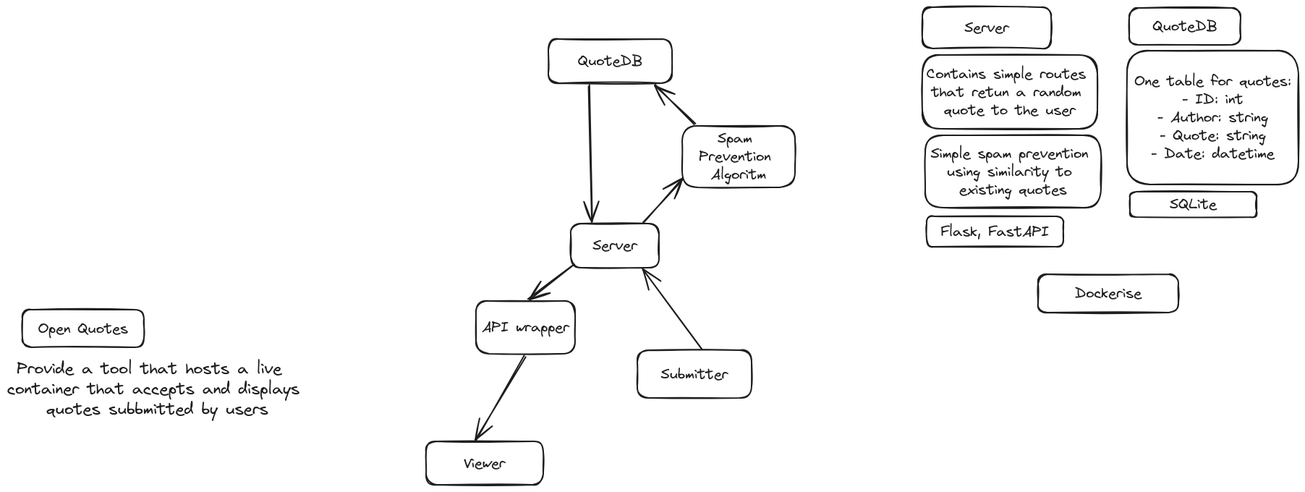
Above: overview.excalidraw.png in Helios-fr/OpenQuotes (Excalidraw), before the change. Source tidied: one line per element, renumbered; positions are measured from the earlier drawing's top-left corner, leaving out a move shared by most shapes. Its diagram source:
```json
{"id": 0, "type": "rectangle", "strokeColor": "#1e1e1e", "strokeWidth": 2, "roughness": 1, "round": true, "x": 21, "y": 418, "width": 168, "height": 52}
{"id": 1, "type": "text", "text": "Open Quotes", "strokeColor": "#1e1e1e", "strokeWidth": 2, "roughness": 1, "fontSize": 20, "fontFamily": 1, "textAlign": "center", "verticalAlign": "middle", "inside": 0, "x": 43, "y": 432, "width": 124, "height": 25}
{"id": 2, "type": "text", "text": "Provide a tool that hosts a live \ncontainer that accepts and displays\n quotes subbmitted by users", "strokeColor": "#1e1e1e", "strokeWidth": 2, "roughness": 1, "fontSize": 22.46, "fontFamily": 1, "textAlign": "center", "x": 0, "y": 486, "width": 404, "height": 84}
{"id": 3, "type": "rectangle", "strokeColor": "#1e1e1e", "strokeWidth": 2, "roughness": 1, "round": true, "x": 779, "y": 299, "width": 122, "height": 61}
{"id": 4, "type": "text", "text": "Server", "strokeColor": "#1e1e1e", "strokeWidth": 2, "roughness": 1, "fontSize": 20, "fontFamily": 1, "textAlign": "center", "verticalAlign": "middle", "inside": 3, "x": 809, "y": 317, "width": 62, "height": 25}
{"id": 5, "type": "rectangle", "strokeColor": "#1e1e1e", "strokeWidth": 2, "roughness": 1, "round": true, "x": 748, "y": 44, "width": 171, "height": 61}
{"id": 6, "type": "text", "text": "QuoteDB", "strokeColor": "#1e1e1e", "strokeWidth": 2, "roughness": 1, "fontSize": 20, "fontFamily": 1, "textAlign": "center", "verticalAlign": "middle", "inside": 5, "x": 789, "y": 62, "width": 89, "height": 25}
{"id": 7, "type": "arrow", "strokeColor": "#1e1e1e", "strokeWidth": 2, "roughness": 1, "endArrowhead": "arrow", "round": true, "from": 5, "to": 3, "x": 804, "y": 108, "width": 4, "height": 189, "points": [[0, 0], [4, 189]]}
{"id": 8, "type": "rectangle", "strokeColor": "#1e1e1e", "strokeWidth": 2, "roughness": 1, "round": true, "x": 933, "y": 164, "width": 156, "height": 85}
{"id": 9, "type": "text", "text": "Spam \nPrevention \nAlgoritm", "strokeColor": "#1e1e1e", "strokeWidth": 2, "roughness": 1, "fontSize": 20, "fontFamily": 1, "textAlign": "center", "verticalAlign": "middle", "inside": 8, "x": 956, "y": 169, "width": 110, "height": 75}
{"id": 10, "type": "arrow", "strokeColor": "#1e1e1e", "strokeWidth": 2, "roughness": 1, "endArrowhead": "arrow", "round": true, "from": 3, "x": 880, "y": 297, "width": 54, "height": 60, "points": [[0, 0], [54, -60]]}
{"id": 11, "type": "arrow", "strokeColor": "#1e1e1e", "strokeWidth": 2, "roughness": 1, "endArrowhead": "arrow", "round": true, "from": 8, "to": 5, "x": 950, "y": 162, "width": 55, "height": 55, "points": [[0, 0], [-55, -55]]}
{"id": 12, "type": "rectangle", "strokeColor": "#1e1e1e", "strokeWidth": 2, "roughness": 1, "round": true, "x": 579, "y": 600, "width": 162, "height": 60}
{"id": 13, "type": "text", "text": "Viewer", "strokeColor": "#1e1e1e", "strokeWidth": 2, "roughness": 1, "fontSize": 20, "fontFamily": 1, "textAlign": "center", "verticalAlign": "middle", "inside": 12, "x": 631, "y": 618, "width": 57, "height": 25}
{"id": 14, "type": "arrow", "strokeColor": "#1e1e1e", "strokeWidth": 2, "roughness": 1, "endArrowhead": "arrow", "round": true, "to": 12, "x": 715, "y": 482, "width": 68, "height": 117, "points": [[0, 0], [-68, 117]]}
{"id": 15, "type": "rectangle", "strokeColor": "#1e1e1e", "strokeWidth": 2, "roughness": 1, "round": true, "x": 871, "y": 474, "width": 158, "height": 66}
{"id": 16, "type": "text", "text": "Submitter", "strokeColor": "#1e1e1e", "strokeWidth": 2, "roughness": 1, "fontSize": 20, "fontFamily": 1, "textAlign": "center", "verticalAlign": "middle", "inside": 15, "x": 904, "y": 494, "width": 93, "height": 25}
{"id": 17, "type": "arrow", "strokeColor": "#1e1e1e", "strokeWidth": 2, "roughness": 1, "endArrowhead": "arrow", "round": true, "from": 15, "to": 3, "x": 960, "y": 473, "width": 80, "height": 110, "points": [[0, 0], [-80, -110]]}
{"id": 18, "type": "rectangle", "strokeColor": "#1e1e1e", "strokeWidth": 2, "roughness": 1, "round": true, "x": 1265, "y": 0, "width": 178, "height": 57}
{"id": 19, "type": "text", "text": "Server", "strokeColor": "#1e1e1e", "strokeWidth": 2, "roughness": 1, "fontSize": 20, "fontFamily": 1, "textAlign": "center", "verticalAlign": "middle", "inside": 18, "x": 1323, "y": 16, "width": 62, "height": 25}
{"id": 20, "type": "rectangle", "strokeColor": "#1e1e1e", "strokeWidth": 2, "roughness": 1, "round": true, "x": 1265, "y": 66, "width": 242, "height": 102}
{"id": 21, "type": "text", "text": "Contains simple routes \nthat retun a random \nquote to the user", "strokeColor": "#1e1e1e", "strokeWidth": 2, "roughness": 1, "fontSize": 20, "fontFamily": 1, "textAlign": "center", "verticalAlign": "middle", "inside": 20, "x": 1271, "y": 80, "width": 231, "height": 75}
{"id": 22, "type": "rectangle", "strokeColor": "#1e1e1e", "strokeWidth": 2, "roughness": 1, "round": true, "x": 1269, "y": 177, "width": 243, "height": 100}
{"id": 23, "type": "text", "text": "Simple spam prevention \nusing similarity to \nexisting quotes", "strokeColor": "#1e1e1e", "strokeWidth": 2, "roughness": 1, "fontSize": 20, "fontFamily": 1, "textAlign": "center", "verticalAlign": "middle", "inside": 22, "x": 1276, "y": 190, "width": 228, "height": 75}
{"id": 24, "type": "rectangle", "strokeColor": "#1e1e1e", "strokeWidth": 2, "roughness": 1, "round": true, "x": 1551, "y": 1, "width": 154, "height": 51}
{"id": 25, "type": "text", "text": "QuoteDB", "strokeColor": "#1e1e1e", "strokeWidth": 2, "roughness": 1, "fontSize": 20, "fontFamily": 1, "textAlign": "center", "verticalAlign": "middle", "inside": 24, "x": 1584, "y": 14, "width": 89, "height": 25}
{"id": 26, "type": "rectangle", "strokeColor": "#1e1e1e", "strokeWidth": 2, "roughness": 1, "round": true, "x": 1548, "y": 60, "width": 237, "height": 185}
{"id": 27, "type": "text", "text": "One table for quotes:\n- ID: int\n- Author: string\n- Quote: string\n- Date: datetime", "strokeColor": "#1e1e1e", "strokeWidth": 2, "roughness": 1, "fontSize": 20, "fontFamily": 1, "textAlign": "center", "verticalAlign": "middle", "inside": 26, "x": 1558, "y": 90, "width": 216, "height": 125}
{"id": 28, "type": "rectangle", "strokeColor": "#1e1e1e", "strokeWidth": 2, "roughness": 1, "round": true, "x": 648, "y": 406, "width": 137, "height": 73}
{"id": 29, "type": "text", "text": "API wrapper", "strokeColor": "#1e1e1e", "strokeWidth": 2, "roughness": 1, "fontSize": 20, "fontFamily": 1, "textAlign": "center", "verticalAlign": "middle", "inside": 28, "x": 656, "y": 430, "width": 121, "height": 25}
{"id": 30, "type": "arrow", "strokeColor": "#1e1e1e", "strokeWidth": 2, "roughness": 1, "endArrowhead": "arrow", "round": true, "to": 28, "x": 783, "y": 356, "width": 62, "height": 48, "points": [[0, 0], [-62, 48]]}
{"id": 31, "type": "rectangle", "strokeColor": "#1e1e1e", "strokeWidth": 2, "roughness": 1, "round": true, "x": 1271, "y": 289, "width": 189, "height": 42}
{"id": 32, "type": "text", "text": "Flask, FastAPI", "strokeColor": "#1e1e1e", "strokeWidth": 2, "roughness": 1, "fontSize": 20, "fontFamily": 1, "textAlign": "center", "verticalAlign": "middle", "inside": 31, "x": 1290, "y": 298, "width": 150, "height": 25}
{"id": 33, "type": "rectangle", "strokeColor": "#1e1e1e", "strokeWidth": 2, "roughness": 1, "round": true, "x": 1552, "y": 255, "width": 175, "height": 35}
{"id": 34, "type": "text", "text": "SQLite", "strokeColor": "#1e1e1e", "strokeWidth": 2, "roughness": 1, "fontSize": 20, "fontFamily": 1, "textAlign": "center", "verticalAlign": "middle", "inside": 33, "x": 1607, "y": 260, "width": 65, "height": 25}
{"id": 35, "type": "rectangle", "strokeColor": "#1e1e1e", "strokeWidth": 2, "roughness": 1, "round": true, "x": 1425, "y": 369, "width": 194, "height": 53}
{"id": 36, "type": "text", "text": "Dockerise", "strokeColor": "#1e1e1e", "strokeWidth": 2, "roughness": 1, "fontSize": 20, "fontFamily": 1, "textAlign": "center", "verticalAlign": "middle", "inside": 35, "x": 1476, "y": 383, "width": 92, "height": 25}
```
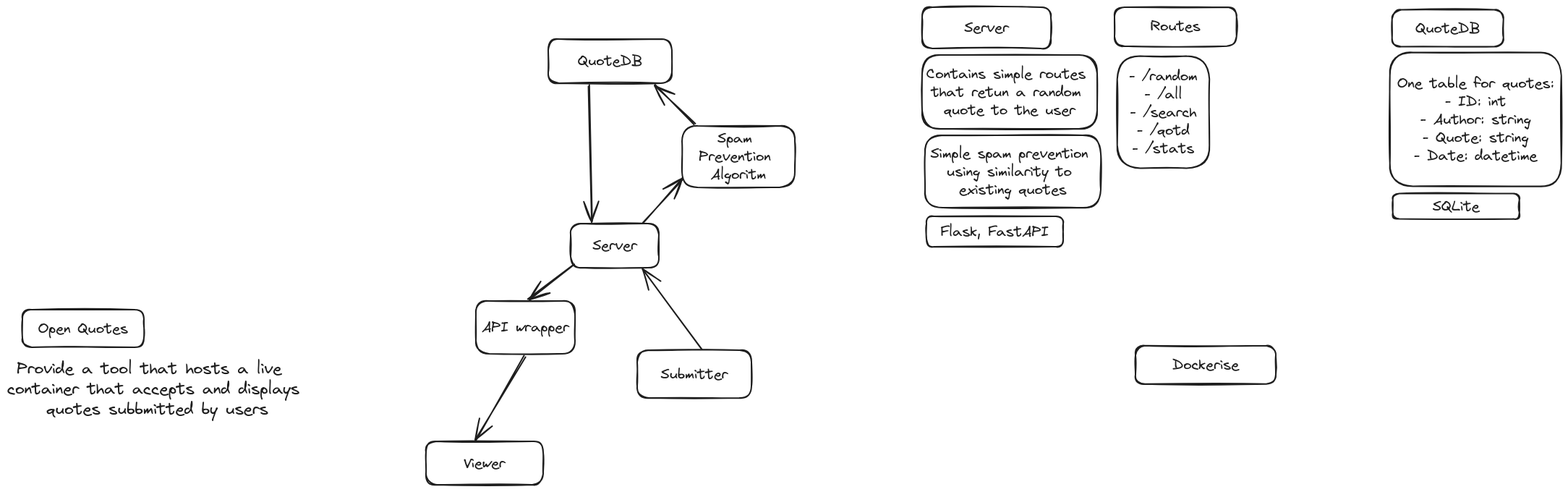
After the change.

What changed in the source:
```diff
@@ -22,16 +22,20 @@
 {"id": 21, "type": "text", "text": "Contains simple routes \nthat retun a random \nquote to the user", "strokeColor": "#1e1e1e", "strokeWidth": 2, "roughness": 1, "fontSize": 20, "fontFamily": 1, "textAlign": "center", "verticalAlign": "middle", "inside": 20, "x": 1271, "y": 80, "width": 231, "height": 75}
 {"id": 22, "type": "rectangle", "strokeColor": "#1e1e1e", "strokeWidth": 2, "roughness": 1, "round": true, "x": 1269, "y": 177, "width": 243, "height": 100}
 {"id": 23, "type": "text", "text": "Simple spam prevention \nusing similarity to \nexisting quotes", "strokeColor": "#1e1e1e", "strokeWidth": 2, "roughness": 1, "fontSize": 20, "fontFamily": 1, "textAlign": "center", "verticalAlign": "middle", "inside": 22, "x": 1276, "y": 190, "width": 228, "height": 75}
-{"id": 24, "type": "rectangle", "strokeColor": "#1e1e1e", "strokeWidth": 2, "roughness": 1, "round": true, "x": 1551, "y": 1, "width": 154, "height": 51}
+{"id": 24, "type": "rectangle", "strokeColor": "#1e1e1e", "strokeWidth": 2, "roughness": 1, "round": true, "x": 1915, "y": 4, "width": 154, "height": 51}
-{"id": 25, "type": "text", "text": "QuoteDB", "strokeColor": "#1e1e1e", "strokeWidth": 2, "roughness": 1, "fontSize": 20, "fontFamily": 1, "textAlign": "center", "verticalAlign": "middle", "inside": 24, "x": 1584, "y": 14, "width": 89, "height": 25}
+{"id": 25, "type": "text", "text": "QuoteDB", "strokeColor": "#1e1e1e", "strokeWidth": 2, "roughness": 1, "fontSize": 20, "fontFamily": 1, "textAlign": "center", "verticalAlign": "middle", "inside": 24, "x": 1947, "y": 16, "width": 89, "height": 25}
-{"id": 26, "type": "rectangle", "strokeColor": "#1e1e1e", "strokeWidth": 2, "roughness": 1, "round": true, "x": 1548, "y": 60, "width": 237, "height": 185}
+{"id": 26, "type": "rectangle", "strokeColor": "#1e1e1e", "strokeWidth": 2, "roughness": 1, "round": true, "x": 1912, "y": 62, "width": 237, "height": 185}
-{"id": 27, "type": "text", "text": "One table for quotes:\n- ID: int\n- Author: string\n- Quote: string\n- Date: datetime", "strokeColor": "#1e1e1e", "strokeWidth": 2, "roughness": 1, "fontSize": 20, "fontFamily": 1, "textAlign": "center", "verticalAlign": "middle", "inside": 26, "x": 1558, "y": 90, "width": 216, "height": 125}
+{"id": 27, "type": "text", "text": "One table for quotes:\n- ID: int\n- Author: string\n- Quote: string\n- Date: datetime", "strokeColor": "#1e1e1e", "strokeWidth": 2, "roughness": 1, "fontSize": 20, "fontFamily": 1, "textAlign": "center", "verticalAlign": "middle", "inside": 26, "x": 1922, "y": 92, "width": 216, "height": 125}
 {"id": 28, "type": "rectangle", "strokeColor": "#1e1e1e", "strokeWidth": 2, "roughness": 1, "round": true, "x": 648, "y": 406, "width": 137, "height": 73}
 {"id": 29, "type": "text", "text": "API wrapper", "strokeColor": "#1e1e1e", "strokeWidth": 2, "roughness": 1, "fontSize": 20, "fontFamily": 1, "textAlign": "center", "verticalAlign": "middle", "inside": 28, "x": 656, "y": 430, "width": 121, "height": 25}
 {"id": 30, "type": "arrow", "strokeColor": "#1e1e1e", "strokeWidth": 2, "roughness": 1, "endArrowhead": "arrow", "round": true, "to": 28, "x": 783, "y": 356, "width": 62, "height": 48, "points": [[0, 0], [-62, 48]]}
 {"id": 31, "type": "rectangle", "strokeColor": "#1e1e1e", "strokeWidth": 2, "roughness": 1, "round": true, "x": 1271, "y": 289, "width": 189, "height": 42}
 {"id": 32, "type": "text", "text": "Flask, FastAPI", "strokeColor": "#1e1e1e", "strokeWidth": 2, "roughness": 1, "fontSize": 20, "fontFamily": 1, "textAlign": "center", "verticalAlign": "middle", "inside": 31, "x": 1290, "y": 298, "width": 150, "height": 25}
-{"id": 33, "type": "rectangle", "strokeColor": "#1e1e1e", "strokeWidth": 2, "roughness": 1, "round": true, "x": 1552, "y": 255, "width": 175, "height": 35}
+{"id": 33, "type": "rectangle", "strokeColor": "#1e1e1e", "strokeWidth": 2, "roughness": 1, "round": true, "x": 1916, "y": 258, "width": 175, "height": 35}
-{"id": 34, "type": "text", "text": "SQLite", "strokeColor": "#1e1e1e", "strokeWidth": 2, "roughness": 1, "fontSize": 20, "fontFamily": 1, "textAlign": "center", "verticalAlign": "middle", "inside": 33, "x": 1607, "y": 260, "width": 65, "height": 25}
+{"id": 34, "type": "text", "text": "SQLite", "strokeColor": "#1e1e1e", "strokeWidth": 2, "roughness": 1, "fontSize": 20, "fontFamily": 1, "textAlign": "center", "verticalAlign": "middle", "inside": 33, "x": 1971, "y": 262, "width": 65, "height": 25}
-{"id": 35, "type": "rectangle", "strokeColor": "#1e1e1e", "strokeWidth": 2, "roughness": 1, "round": true, "x": 1425, "y": 369, "width": 194, "height": 53}
+{"id": 35, "type": "rectangle", "strokeColor": "#1e1e1e", "strokeWidth": 2, "roughness": 1, "round": true, "x": 1560, "y": 468, "width": 194, "height": 53}
-{"id": 36, "type": "text", "text": "Dockerise", "strokeColor": "#1e1e1e", "strokeWidth": 2, "roughness": 1, "fontSize": 20, "fontFamily": 1, "textAlign": "center", "verticalAlign": "middle", "inside": 35, "x": 1476, "y": 383, "width": 92, "height": 25}
+{"id": 36, "type": "text", "text": "Dockerise", "strokeColor": "#1e1e1e", "strokeWidth": 2, "roughness": 1, "fontSize": 20, "fontFamily": 1, "textAlign": "center", "verticalAlign": "middle", "inside": 35, "x": 1611, "y": 482, "width": 92, "height": 25}
+{"id": 37, "type": "rectangle", "strokeColor": "#1e1e1e", "strokeWidth": 2, "roughness": 1, "round": true, "x": 1531, "y": 0, "width": 169, "height": 54}
+{"id": 38, "type": "text", "text": "Routes", "strokeColor": "#1e1e1e", "strokeWidth": 2, "roughness": 1, "fontSize": 20, "fontFamily": 1, "textAlign": "center", "verticalAlign": "middle", "inside": 37, "x": 1581, "y": 14, "width": 69, "height": 25}
+{"id": 39, "type": "rectangle", "strokeColor": "#1e1e1e", "strokeWidth": 2, "roughness": 1, "round": true, "x": 1535, "y": 67, "width": 128, "height": 155}
+{"id": 40, "type": "text", "text": "- /random\n- /all\n- /search\n- /qotd\n- /stats", "strokeColor": "#1e1e1e", "strokeWidth": 2, "roughness": 1, "fontSize": 20, "fontFamily": 1, "textAlign": "center", "verticalAlign": "middle", "inside": 39, "x": 1551, "y": 82, "width": 95, "height": 125}
```
